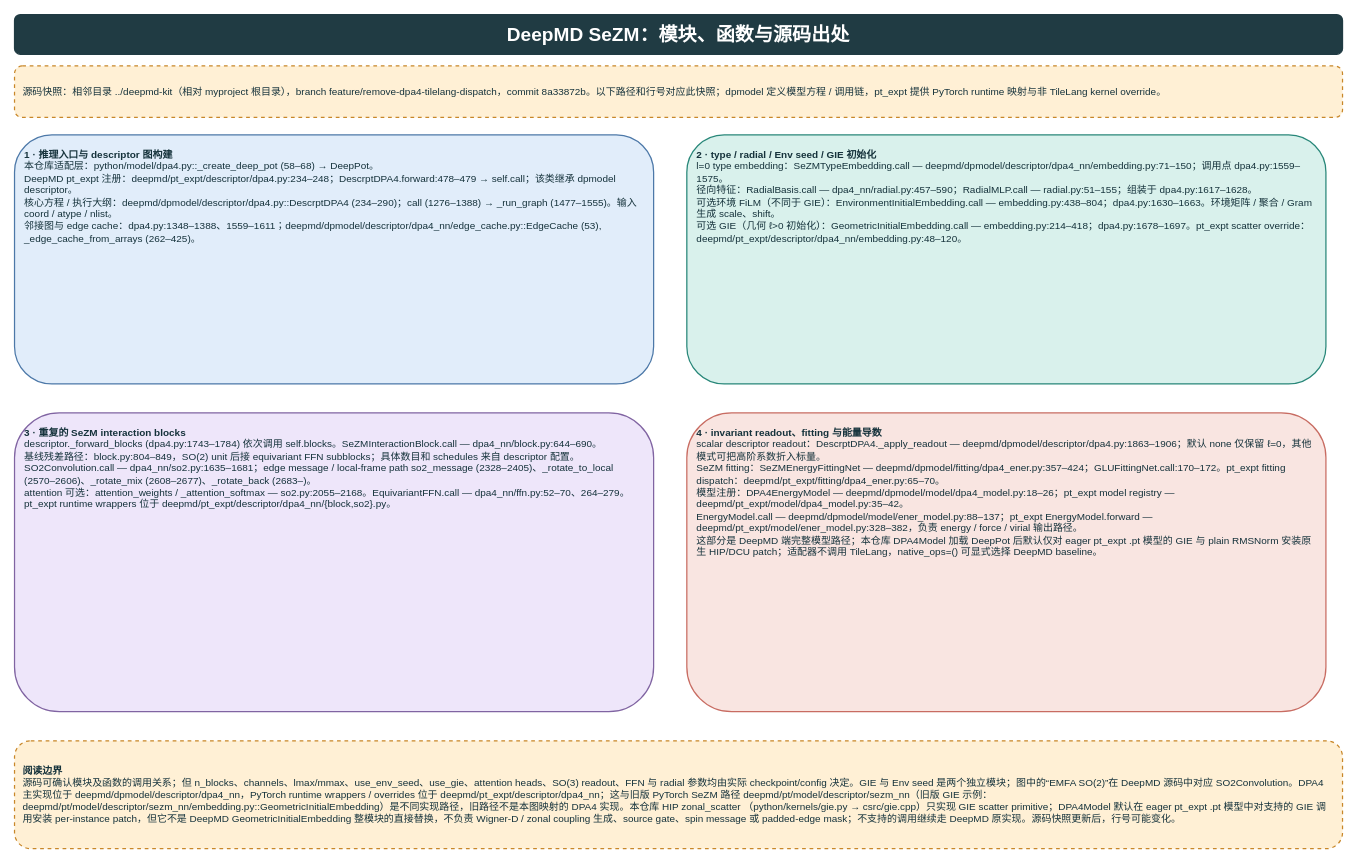
Before: page "DeepMD 源码出处" (4 of 4) of doc/dpa4-model-architecture.drawio in lipengfei1409/bysj, a draw.io diagram. Source tidied: cells renumbered, new cells numbered last; positions are measured from the earlier drawing's top-left corner, leaving out a move shared by most shapes. Both pictures are drawn from the tidied source at 83%, with x=0, y=0 at pixel (14, 14).
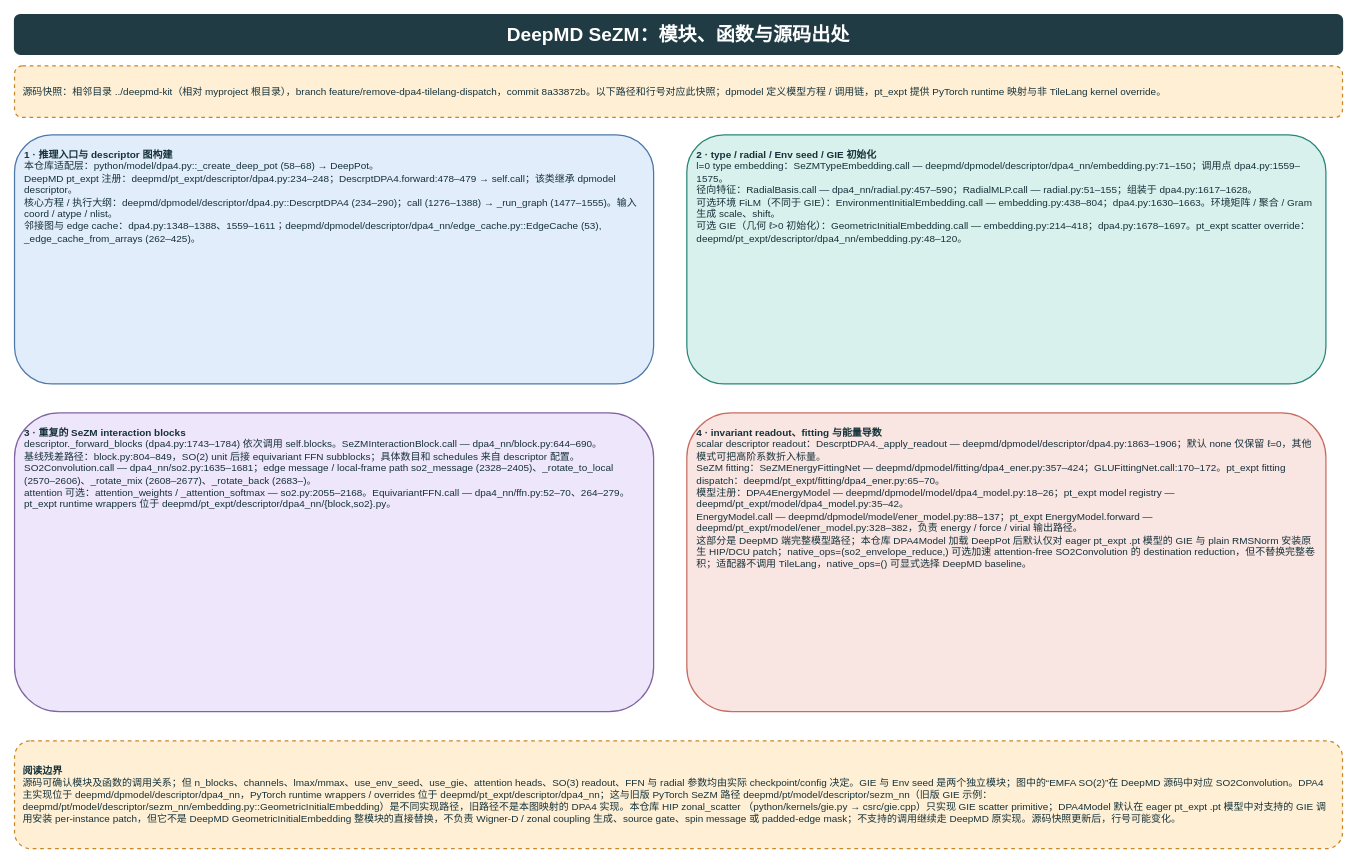
Above is the later version.

The edit, as a diff of the source:
```diff
@@
 <mxGraphModel>
   <root>
     <mxCell id="0" />
     <mxCell id="1" parent="0" />
     <mxCell id="2" value="DeepMD SeZM：模块、函数与源码出处" style="rounded=1;whiteSpace=wrap;html=1;fillColor=#203B43;strokeColor=#203B43;fontColor=#FFFFFF;fontSize=23;align=center;verticalAlign=middle;spacing=8;fontStyle=1;strokeWidth=1.5;" parent="1" vertex="1">
       <mxGeometry width="1600" height="48" as="geometry" />
     </mxCell>
     <mxCell id="3" value="源码快照：相邻目录 ../deepmd-kit（相对 myproject 根目录），branch feature/remove-dpa4-tilelang-dispatch，commit 8a33872b。以下路径和行号对应此快照；dpmodel 定义模型方程 / 调用链，pt_expt 提供 PyTorch runtime 映射与非 TileLang kernel override。" style="rounded=1;whiteSpace=wrap;html=1;fillColor=#FFF0D5;strokeColor=#C88729;fontColor=#15323B;fontSize=12;align=left;verticalAlign=middle;spacing=10;dashed=1;strokeWidth=1.5;" parent="1" vertex="1">
       <mxGeometry y="62" width="1600" height="62" as="geometry" />
     </mxCell>
     <mxCell id="4" value="&lt;b&gt;1 · 推理入口与 descriptor 图构建&lt;/b&gt;&lt;br&gt;本仓库适配层：python/model/dpa4.py::_create_deep_pot (58–68) → DeepPot。&lt;br&gt;DeepMD pt_expt 注册：deepmd/pt_expt/descriptor/dpa4.py:234–248；DescrptDPA4.forward:478–479 → self.call；该类继承 dpmodel descriptor。&lt;br&gt;核心方程 / 执行大纲：deepmd/dpmodel/descriptor/dpa4.py::DescrptDPA4 (234–290)；call (1276–1388) → _run_graph (1477–1555)。输入 coord / atype / nlist。&lt;br&gt;邻接图与 edge cache：dpa4.py:1348–1388、1559–1611；deepmd/dpmodel/descriptor/dpa4_nn/edge_cache.py::EdgeCache (53), _edge_cache_from_arrays (262–425)。" style="rounded=1;whiteSpace=wrap;html=1;fillColor=#E1EDFA;strokeColor=#4C78A8;fontColor=#15323B;fontSize=12;align=left;verticalAlign=top;spacing=12;strokeWidth=1.5;" parent="1" vertex="1">
       <mxGeometry y="145" width="770" height="300" as="geometry" />
     </mxCell>
     <mxCell id="5" value="&lt;b&gt;2 · type / radial / Env seed / GIE 初始化&lt;/b&gt;&lt;br&gt;l=0 type embedding：SeZMTypeEmbedding.call — deepmd/dpmodel/descriptor/dpa4_nn/embedding.py:71–150；调用点 dpa4.py:1559–1575。&lt;br&gt;径向特征：RadialBasis.call — dpa4_nn/radial.py:457–590；RadialMLP.call — radial.py:51–155；组装于 dpa4.py:1617–1628。&lt;br&gt;可选环境 FiLM（不同于 GIE）：EnvironmentInitialEmbedding.call — embedding.py:438–804；dpa4.py:1630–1663。环境矩阵 / 聚合 / Gram 生成 scale、shift。&lt;br&gt;可选 GIE（几何 ℓ&gt;0 初始化）：GeometricInitialEmbedding.call — embedding.py:214–418；dpa4.py:1678–1697。pt_expt scatter override：deepmd/pt_expt/descriptor/dpa4_nn/embedding.py:48–120。" style="rounded=1;whiteSpace=wrap;html=1;fillColor=#D9F1EC;strokeColor=#288779;fontColor=#15323B;fontSize=12;align=left;verticalAlign=top;spacing=12;strokeWidth=1.5;" parent="1" vertex="1">
       <mxGeometry x="810" y="145" width="770" height="300" as="geometry" />
     </mxCell>
     <mxCell id="6" value="&lt;b&gt;3 · 重复的 SeZM interaction blocks&lt;/b&gt;&lt;br&gt;descriptor._forward_blocks (dpa4.py:1743–1784) 依次调用 self.blocks。SeZMInteractionBlock.call — dpa4_nn/block.py:644–690。&lt;br&gt;基线残差路径：block.py:804–849，SO(2) unit 后接 equivariant FFN subblocks；具体数目和 schedules 来自 descriptor 配置。&lt;br&gt;SO2Convolution.call — dpa4_nn/so2.py:1635–1681；edge message / local-frame path so2_message (2328–2405)、_rotate_to_local (2570–2606)、_rotate_mix (2608–2677)、_rotate_back (2683–)。&lt;br&gt;attention 可选：attention_weights / _attention_softmax — so2.py:2055–2168。EquivariantFFN.call — dpa4_nn/ffn.py:52–70、264–279。pt_expt runtime wrappers 位于 deepmd/pt_expt/descriptor/dpa4_nn/{block,so2}.py。" style="rounded=1;whiteSpace=wrap;html=1;fillColor=#EEE6FA;strokeColor=#8064A2;fontColor=#15323B;fontSize=12;align=left;verticalAlign=top;spacing=12;strokeWidth=1.5;" parent="1" vertex="1">
       <mxGeometry y="480" width="770" height="360" as="geometry" />
     </mxCell>
-    <mxCell id="7" value="&lt;b&gt;4 · invariant readout、fitting 与能量导数&lt;/b&gt;&lt;br&gt;scalar descriptor readout：DescrptDPA4._apply_readout — deepmd/dpmodel/descriptor/dpa4.py:1863–1906；默认 none 仅保留 ℓ=0，其他模式可把高阶系数折入标量。&lt;br&gt;SeZM fitting：SeZMEnergyFittingNet — deepmd/dpmodel/fitting/dpa4_ener.py:357–424；GLUFittingNet.call:170–172。pt_expt fitting dispatch：deepmd/pt_expt/fitting/dpa4_ener.py:65–70。&lt;br&gt;模型注册：DPA4EnergyModel — deepmd/dpmodel/model/dpa4_model.py:18–26；pt_expt model registry — deepmd/pt_expt/model/dpa4_model.py:35–42。&lt;br&gt;EnergyModel.call — deepmd/dpmodel/model/ener_model.py:88–137；pt_expt EnergyModel.forward — deepmd/pt_expt/model/ener_model.py:328–382，负责 energy / force / virial 输出路径。&lt;br&gt;这部分是 DeepMD 端完整模型路径；本仓库 DPA4Model 加载 DeepPot 后默认仅对 eager pt_expt .pt 模型的 GIE 与 plain RMSNorm 安装原生 HIP/DCU patch；适配器不调用 TileLang，native_ops=() 可显式选择 DeepMD baseline。" style="rounded=1;whiteSpace=wrap;html=1;fillColor=#F9E5E1;strokeColor=#C86C62;fontColor=#15323B;fontSize=12;align=left;verticalAlign=top;spacing=12;strokeWidth=1.5;" parent="1" vertex="1">
+    <mxCell id="7" value="&lt;b&gt;4 · invariant readout、fitting 与能量导数&lt;/b&gt;&lt;br&gt;scalar descriptor readout：DescrptDPA4._apply_readout — deepmd/dpmodel/descriptor/dpa4.py:1863–1906；默认 none 仅保留 ℓ=0，其他模式可把高阶系数折入标量。&lt;br&gt;SeZM fitting：SeZMEnergyFittingNet — deepmd/dpmodel/fitting/dpa4_ener.py:357–424；GLUFittingNet.call:170–172。pt_expt fitting dispatch：deepmd/pt_expt/fitting/dpa4_ener.py:65–70。&lt;br&gt;模型注册：DPA4EnergyModel — deepmd/dpmodel/model/dpa4_model.py:18–26；pt_expt model registry — deepmd/pt_expt/model/dpa4_model.py:35–42。&lt;br&gt;EnergyModel.call — deepmd/dpmodel/model/ener_model.py:88–137；pt_expt EnergyModel.forward — deepmd/pt_expt/model/ener_model.py:328–382，负责 energy / force / virial 输出路径。&lt;br&gt;这部分是 DeepMD 端完整模型路径；本仓库 DPA4Model 加载 DeepPot 后默认仅对 eager pt_expt .pt 模型的 GIE 与 plain RMSNorm 安装原生 HIP/DCU patch；native_ops=(so2_envelope_reduce,) 可选加速 attention-free SO2Convolution 的 destination reduction，但不替换完整卷积；适配器不调用 TileLang，native_ops=() 可显式选择 DeepMD baseline。" style="rounded=1;whiteSpace=wrap;html=1;fillColor=#F9E5E1;strokeColor=#C86C62;fontColor=#15323B;fontSize=12;align=left;verticalAlign=top;spacing=12;strokeWidth=1.5;" parent="1" vertex="1">
       <mxGeometry x="810" y="480" width="770" height="360" as="geometry" />
     </mxCell>
     <mxCell id="8" value="&lt;b&gt;阅读边界&lt;/b&gt;&lt;br&gt;源码可确认模块及函数的调用关系；但 n_blocks、channels、lmax/mmax、use_env_seed、use_gie、attention heads、SO(3) readout、FFN 与 radial 参数均由实际 checkpoint/config 决定。GIE 与 Env seed 是两个独立模块；图中的“EMFA SO(2)”在 DeepMD 源码中对应 SO2Convolution。DPA4 主实现位于 deepmd/dpmodel/descriptor/dpa4_nn，PyTorch runtime wrappers / overrides 位于 deepmd/pt_expt/descriptor/dpa4_nn；这与旧版 PyTorch SeZM 路径 deepmd/pt/model/descriptor/sezm_nn（旧版 GIE 示例：deepmd/pt/model/descriptor/sezm_nn/embedding.py::GeometricInitialEmbedding）是不同实现路径，旧路径不是本图映射的 DPA4 实现。本仓库 HIP zonal_scatter （python/kernels/gie.py → csrc/gie.cpp）只实现 GIE scatter primitive；DPA4Model 默认在 eager pt_expt .pt 模型中对支持的 GIE 调用安装 per-instance patch，但它不是 DeepMD GeometricInitialEmbedding 整模块的直接替换，不负责 Wigner-D / zonal coupling 生成、source gate、spin message 或 padded-edge mask；不支持的调用继续走 DeepMD 原实现。源码快照更新后，行号可能变化。" style="rounded=1;whiteSpace=wrap;html=1;fillColor=#FFF0D5;strokeColor=#C88729;fontColor=#15323B;fontSize=12;align=left;verticalAlign=middle;spacing=10;dashed=1;strokeWidth=1.5;" parent="1" vertex="1">
       <mxGeometry y="875" width="1600" height="130" as="geometry" />
     </mxCell>
   </root>
 </mxGraphModel>
```
